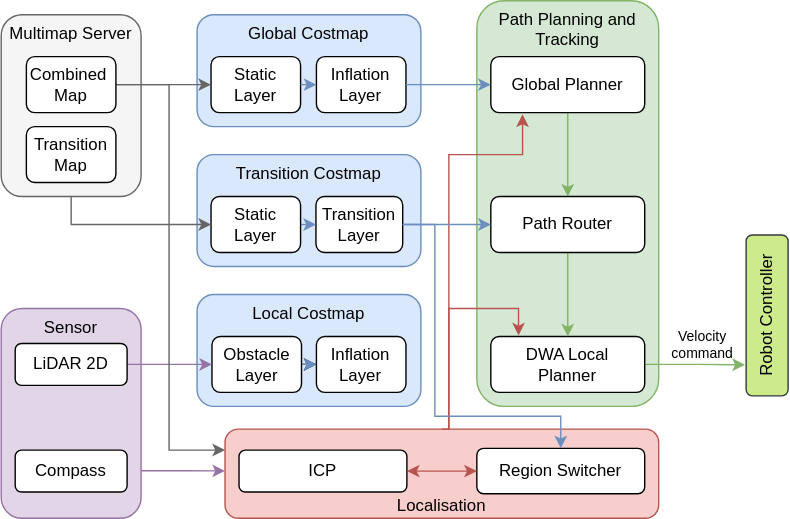
Earlier version of the draw.io export gambar/navigation_architecture.svg (bagaswizard/Buku_TA). Source tidied: cells renumbered, new cells last; positions are measured from the earlier drawing's top-left corner, leaving out a move shared by most shapes.
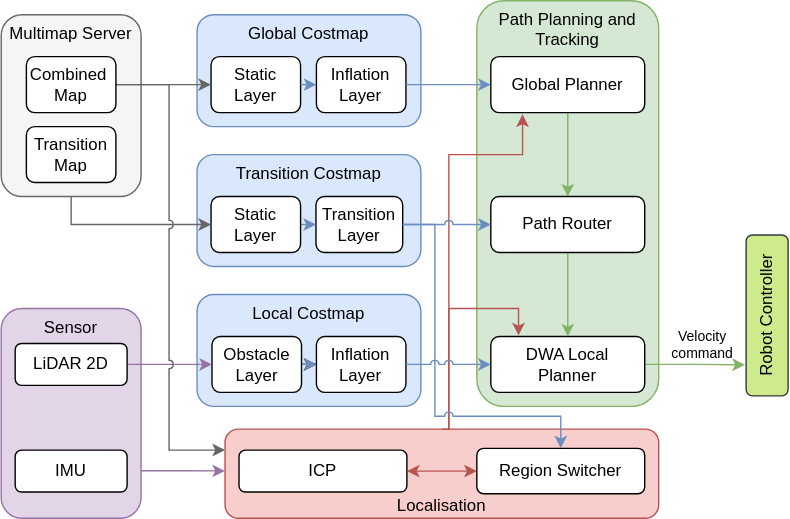
After the commit.

The edit, as a diff of the source:
```diff
@@ -1,4 +1,4 @@
-<mxGraphModel>
+<mxGraphModel background="#ffffff">
   <root>
     <mxCell id="0" />
     <mxCell id="1" parent="0" />
@@ -72,7 +72,7 @@
     <mxCell id="21" value="Static Layer" style="rounded=1;whiteSpace=wrap;html=1;" parent="17" vertex="1">
       <mxGeometry x="10" y="30" width="64" height="40" as="geometry" />
     </mxCell>
-    <mxCell id="22" style="edgeStyle=orthogonalEdgeStyle;rounded=0;jettySize=auto;html=1;entryX=0;entryY=0.5;entryDx=0;entryDy=0;fillColor=#e1d5e7;strokeColor=#9673a6;" parent="1" edge="1" source="23" target="15">
+    <mxCell id="22" style="edgeStyle=orthogonalEdgeStyle;rounded=0;jettySize=auto;html=1;entryX=0;entryY=0.5;entryDx=0;entryDy=0;fillColor=#e1d5e7;strokeColor=#9673a6;jumpStyle=arc;" parent="1" edge="1" source="23" target="15">
       <mxGeometry relative="1" as="geometry" />
     </mxCell>
     <mxCell id="23" value="LiDAR 2D" style="rounded=1;whiteSpace=wrap;html=1;" parent="1" vertex="1">
@@ -98,7 +98,7 @@
     <mxCell id="29" value="Multimap Server" style="rounded=1;whiteSpace=wrap;html=1;verticalAlign=top;fillColor=#f5f5f5;strokeColor=#666666;fontColor=default;" parent="1" vertex="1">
       <mxGeometry y="10" width="100" height="130" as="geometry" />
     </mxCell>
-    <mxCell id="30" style="edgeStyle=orthogonalEdgeStyle;rounded=0;jettySize=auto;html=1;fillColor=#f5f5f5;strokeColor=#666666;entryX=0;entryY=0.5;entryDx=0;entryDy=0;" parent="1" edge="1" target="21">
+    <mxCell id="30" style="edgeStyle=orthogonalEdgeStyle;rounded=0;jettySize=auto;html=1;fillColor=#f5f5f5;strokeColor=#666666;entryX=0;entryY=0.5;entryDx=0;entryDy=0;jumpStyle=arc;" parent="1" edge="1" target="21">
       <mxGeometry relative="1" as="geometry">
         <mxPoint x="50" y="140" as="sourcePoint" />
         <Array as="points">
@@ -112,7 +112,7 @@
     <mxCell id="32" style="edgeStyle=orthogonalEdgeStyle;rounded=0;jettySize=auto;html=1;fillColor=#f5f5f5;strokeColor=#666666;" parent="1" edge="1" source="34" target="8">
       <mxGeometry relative="1" as="geometry" />
     </mxCell>
-    <mxCell id="33" style="edgeStyle=orthogonalEdgeStyle;rounded=0;jettySize=auto;html=1;entryX=0;entryY=0.686;entryDx=0;entryDy=0;entryPerimeter=0;fillColor=#f5f5f5;strokeColor=#666666;exitX=1;exitY=0.5;exitDx=0;exitDy=0;" parent="1" edge="1" source="34">
+    <mxCell id="33" style="edgeStyle=orthogonalEdgeStyle;rounded=0;jettySize=auto;html=1;entryX=0;entryY=0.686;entryDx=0;entryDy=0;entryPerimeter=0;fillColor=#f5f5f5;strokeColor=#666666;exitX=1;exitY=0.5;exitDx=0;exitDy=0;jumpStyle=arc;" parent="1" edge="1" source="34">
       <mxGeometry relative="1" as="geometry">
         <mxPoint x="160" y="321.2" as="targetPoint" />
         <Array as="points">
@@ -136,7 +136,7 @@
     <mxCell id="38" value="Region Switcher" style="rounded=1;whiteSpace=wrap;html=1;" parent="1" vertex="1">
       <mxGeometry x="340" y="320" width="120" height="32.5" as="geometry" />
     </mxCell>
-    <mxCell id="39" style="edgeStyle=orthogonalEdgeStyle;rounded=0;jettySize=auto;html=1;exitX=1;exitY=0.5;exitDx=0;exitDy=0;fillColor=#dae8fc;strokeColor=#6c8ebf;" parent="1" edge="1" source="19" target="37">
+    <mxCell id="39" style="edgeStyle=orthogonalEdgeStyle;rounded=0;jettySize=auto;html=1;exitX=1;exitY=0.5;exitDx=0;exitDy=0;fillColor=#dae8fc;strokeColor=#6c8ebf;jumpStyle=arc;" parent="1" edge="1" source="19" target="37">
       <mxGeometry relative="1" as="geometry" />
     </mxCell>
     <mxCell id="40" style="edgeStyle=orthogonalEdgeStyle;rounded=0;jettySize=auto;html=1;entryX=0.18;entryY=-0.017;entryDx=0;entryDy=0;entryPerimeter=0;exitX=0.5;exitY=0;exitDx=0;exitDy=0;fillColor=#f8cecc;strokeColor=#b85450;" parent="1" edge="1" source="3" target="28">
@@ -147,7 +147,7 @@
         </Array>
       </mxGeometry>
     </mxCell>
-    <mxCell id="41" style="edgeStyle=orthogonalEdgeStyle;rounded=0;jettySize=auto;html=1;exitX=1;exitY=0.5;exitDx=0;exitDy=0;entryX=0.5;entryY=0;entryDx=0;entryDy=0;fillColor=#dae8fc;strokeColor=#6c8ebf;" parent="1" edge="1" source="19" target="38">
+    <mxCell id="41" style="edgeStyle=orthogonalEdgeStyle;rounded=0;jettySize=auto;html=1;exitX=1;exitY=0.5;exitDx=0;exitDy=0;entryX=0.5;entryY=0;entryDx=0;entryDy=0;fillColor=#dae8fc;strokeColor=#6c8ebf;jumpStyle=arc;" parent="1" edge="1" source="19" target="38">
       <mxGeometry relative="1" as="geometry">
         <Array as="points">
           <mxPoint x="310" y="160" />
@@ -165,7 +165,7 @@
     <mxCell id="44" value="Robot Controller" style="rounded=1;whiteSpace=wrap;html=1;rotation=270;fillColor=#cdeb8b;strokeColor=#36393d;" parent="1" vertex="1">
       <mxGeometry x="490" y="210" width="115" height="30" as="geometry" />
     </mxCell>
-    <mxCell id="45" value="Compass" style="rounded=1;whiteSpace=wrap;html=1;" parent="1" vertex="1">
+    <mxCell id="45" value="IMU" style="rounded=1;whiteSpace=wrap;html=1;" parent="1" vertex="1">
       <mxGeometry x="10" y="321.2" width="80" height="30" as="geometry" />
     </mxCell>
     <mxCell id="46" style="edgeStyle=orthogonalEdgeStyle;rounded=0;jettySize=auto;html=1;entryX=0;entryY=0.469;entryDx=0;entryDy=0;entryPerimeter=0;fillColor=#e1d5e7;strokeColor=#9673a6;" parent="1" edge="1" target="3">
@@ -173,5 +173,8 @@
         <mxPoint x="100" y="336" as="sourcePoint" />
       </mxGeometry>
     </mxCell>
+    <mxCell id="47" style="edgeStyle=orthogonalEdgeStyle;rounded=0;jettySize=auto;html=1;entryX=0;entryY=0.5;entryDx=0;entryDy=0;fillColor=#dae8fc;strokeColor=#6c8ebf;jumpStyle=arc;" parent="1" edge="1" source="16" target="28">
+      <mxGeometry relative="1" as="geometry" />
+    </mxCell>
   </root>
 </mxGraphModel>
```
